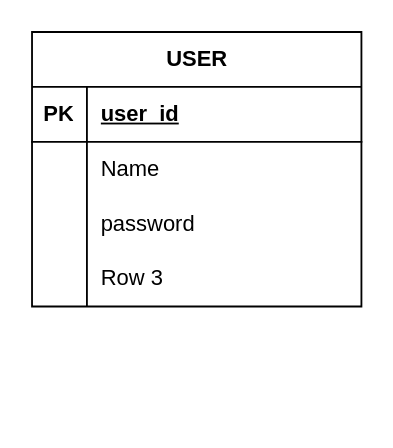
Earlier version of the draw.io diagram Spotify_ERD.drawio (mhtcode/Draw.io). Source tidied: cells renumbered, new cells numbered last; positions are measured from the earlier drawing's top-left corner, leaving out a move shared by most shapes. Both pictures are drawn from the tidied source at 183%, with x=0, y=0 at pixel (31, 31).
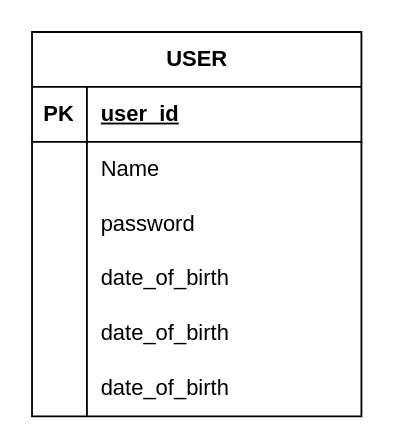
The same page after the edit.

The change refers to these unchanged cells:
```xml
<mxCell id="12" style="shape=tableRow;horizontal=0;startSize=0;swimlaneHead=0;swimlaneBody=0;fillColor=none;top=0;left=0;right=0;bottom=0;" parent="2" vertex="1">
  <mxGeometry y="120" width="180" height="30" as="geometry" />
</mxCell>
```

Diff of the diagram source:
```diff
@@
     <mxCell id="2" value="USER" style="shape=table;startSize=30;childLayout=tableLayout;rowLines=0;fontStyle=1;align=center;html=1;" parent="1" vertex="1">
-      <mxGeometry width="180" height="150" as="geometry" />
+      <mxGeometry width="180" height="210" as="geometry" />
     </mxCell>
@@
-    <mxCell id="14" value="Row 3" style="shape=partialRectangle;fillColor=none;top=0;left=0;bottom=0;right=0;align=left;spacingLeft=6;overflow=hidden;whiteSpace=wrap;html=1;" parent="12" vertex="1">
+    <mxCell id="14" value="date_of_birth" style="shape=partialRectangle;fillColor=none;top=0;left=0;bottom=0;right=0;align=left;spacingLeft=6;overflow=hidden;whiteSpace=wrap;html=1;" parent="12" vertex="1">
       <mxGeometry x="30" width="150" height="30" as="geometry" />
     </mxCell>
+    <mxCell id="15" style="shape=tableRow;horizontal=0;startSize=0;swimlaneHead=0;swimlaneBody=0;fillColor=none;top=0;left=0;right=0;bottom=0;" parent="2" vertex="1">
+      <mxGeometry y="150" width="180" height="30" as="geometry" />
+    </mxCell>
+    <mxCell id="16" style="shape=partialRectangle;fillColor=none;top=0;left=0;bottom=0;right=0;overflow=hidden;whiteSpace=wrap;html=1;" parent="15" vertex="1">
+      <mxGeometry width="30" height="30" as="geometry" />
+    </mxCell>
+    <mxCell id="17" value="date_of_birth" style="shape=partialRectangle;fillColor=none;top=0;left=0;bottom=0;right=0;align=left;spacingLeft=6;overflow=hidden;whiteSpace=wrap;html=1;" parent="15" vertex="1">
+      <mxGeometry x="30" width="150" height="30" as="geometry" />
+    </mxCell>
+    <mxCell id="18" style="shape=tableRow;horizontal=0;startSize=0;swimlaneHead=0;swimlaneBody=0;fillColor=none;top=0;left=0;right=0;bottom=0;" parent="2" vertex="1">
+      <mxGeometry y="180" width="180" height="30" as="geometry" />
+    </mxCell>
+    <mxCell id="19" style="shape=partialRectangle;fillColor=none;top=0;left=0;bottom=0;right=0;overflow=hidden;whiteSpace=wrap;html=1;" parent="18" vertex="1">
+      <mxGeometry width="30" height="30" as="geometry" />
+    </mxCell>
+    <mxCell id="20" value="date_of_birth" style="shape=partialRectangle;fillColor=none;top=0;left=0;bottom=0;right=0;align=left;spacingLeft=6;overflow=hidden;whiteSpace=wrap;html=1;" parent="18" vertex="1">
+      <mxGeometry x="30" width="150" height="30" as="geometry" />
+    </mxCell>
```
